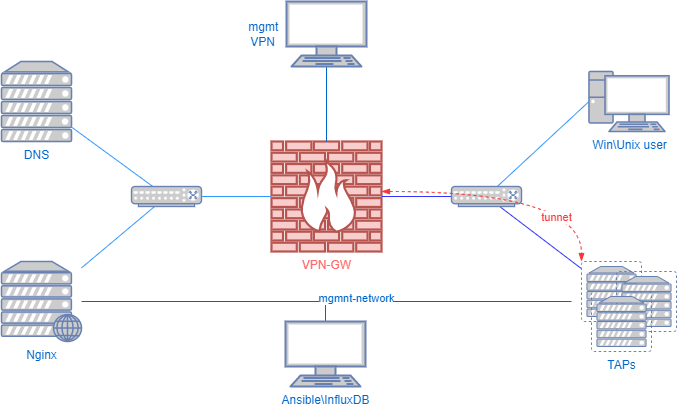
The draw.io diagram VPN remote access/assets/VPN.png in l-SK-l/My_testing_projects, before a commit. Source tidied: cells renumbered, new cells last; positions are measured from the earlier drawing's top-left corner, leaving out a move shared by most shapes.
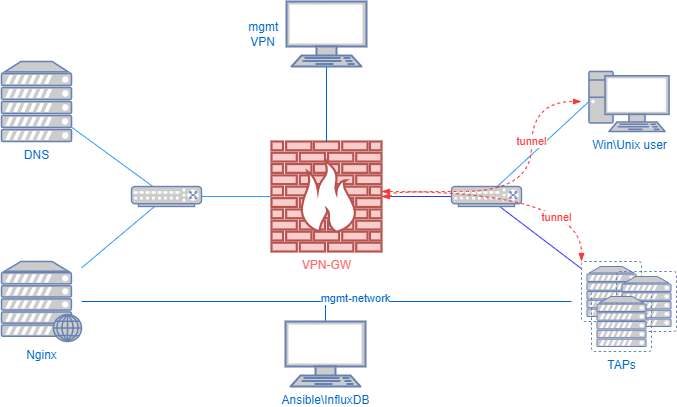
The same file after the commit.

Diff of the diagram source:
```diff
@@ -64,7 +64,7 @@
         <mxPoint x="80" y="300" as="targetPoint" />
       </mxGeometry>
     </mxCell>
-    <mxCell id="21" value="mgmnt-network" style="edgeLabel;html=1;align=center;verticalAlign=middle;fontColor=#0066CC;" parent="20" vertex="1">
+    <mxCell id="21" value="mgmt-network" style="edgeLabel;html=1;align=center;verticalAlign=middle;fontColor=#0066CC;" parent="20" vertex="1">
       <mxGeometry x="-0.12" y="-3" relative="1" as="geometry" />
     </mxCell>
     <mxCell id="22" style="edgeStyle=orthogonalEdgeStyle;curved=1;rounded=0;jettySize=auto;html=1;dashed=1;endArrow=blockThin;endFill=1;strokeColor=#FF3333;shadow=0;sketch=0;startArrow=blockThin;startFill=1;" parent="1" edge="1" source="2" target="13">
@@ -74,7 +74,7 @@
         </Array>
       </mxGeometry>
     </mxCell>
-    <mxCell id="23" value="&lt;font color=&quot;#ff3333&quot;&gt;tunnet&lt;/font&gt;" style="edgeLabel;html=1;align=center;verticalAlign=middle;" parent="22" vertex="1">
+    <mxCell id="23" value="&lt;font color=&quot;#ff3333&quot;&gt;tunnel&lt;/font&gt;" style="edgeLabel;html=1;align=center;verticalAlign=middle;" parent="22" vertex="1">
       <mxGeometry x="0.29" y="-26" relative="1" as="geometry" />
     </mxCell>
     <mxCell id="24" value="Win\Unix user" style="fontColor=#0066CC;verticalAlign=top;verticalLabelPosition=bottom;labelPosition=center;align=center;html=1;outlineConnect=0;fillColor=#CCCCCC;strokeColor=#6881B3;gradientColor=none;gradientDirection=north;strokeWidth=2;shape=mxgraph.networks.pc;labelBackgroundColor=none;" parent="1" vertex="1">
@@ -83,5 +83,21 @@
     <mxCell id="25" style="edgeStyle=none;rounded=0;jettySize=auto;html=1;endArrow=none;endFill=0;strokeColor=#3399FF;exitX=0;exitY=0.5;exitDx=0;exitDy=0;exitPerimeter=0;" parent="1" edge="1" source="24" target="7">
       <mxGeometry relative="1" as="geometry" />
     </mxCell>
+    <mxCell id="26" style="edgeStyle=orthogonalEdgeStyle;curved=1;rounded=0;jettySize=auto;html=1;dashed=1;endArrow=blockThin;endFill=1;strokeColor=#FF3333;shadow=0;sketch=0;startArrow=blockThin;startFill=1;exitX=1;exitY=0.5;exitDx=0;exitDy=0;exitPerimeter=0;" parent="1" edge="1" source="2">
+      <mxGeometry relative="1" as="geometry">
+        <mxPoint x="580" y="100" as="targetPoint" />
+        <Array as="points">
+          <mxPoint x="390" y="195" />
+          <mxPoint x="390" y="190" />
+          <mxPoint x="530" y="190" />
+          <mxPoint x="530" y="100" />
+        </Array>
+      </mxGeometry>
+    </mxCell>
+    <mxCell id="27" value="&lt;font color=&quot;#ff3333&quot;&gt;tunnel&lt;/font&gt;" style="edgeLabel;html=1;align=center;verticalAlign=middle;" parent="26" vertex="1">
+      <mxGeometry x="0.29" y="-26" relative="1" as="geometry">
+        <mxPoint x="-26" y="-15" as="offset" />
+      </mxGeometry>
+    </mxCell>
   </root>
 </mxGraphModel>
```
